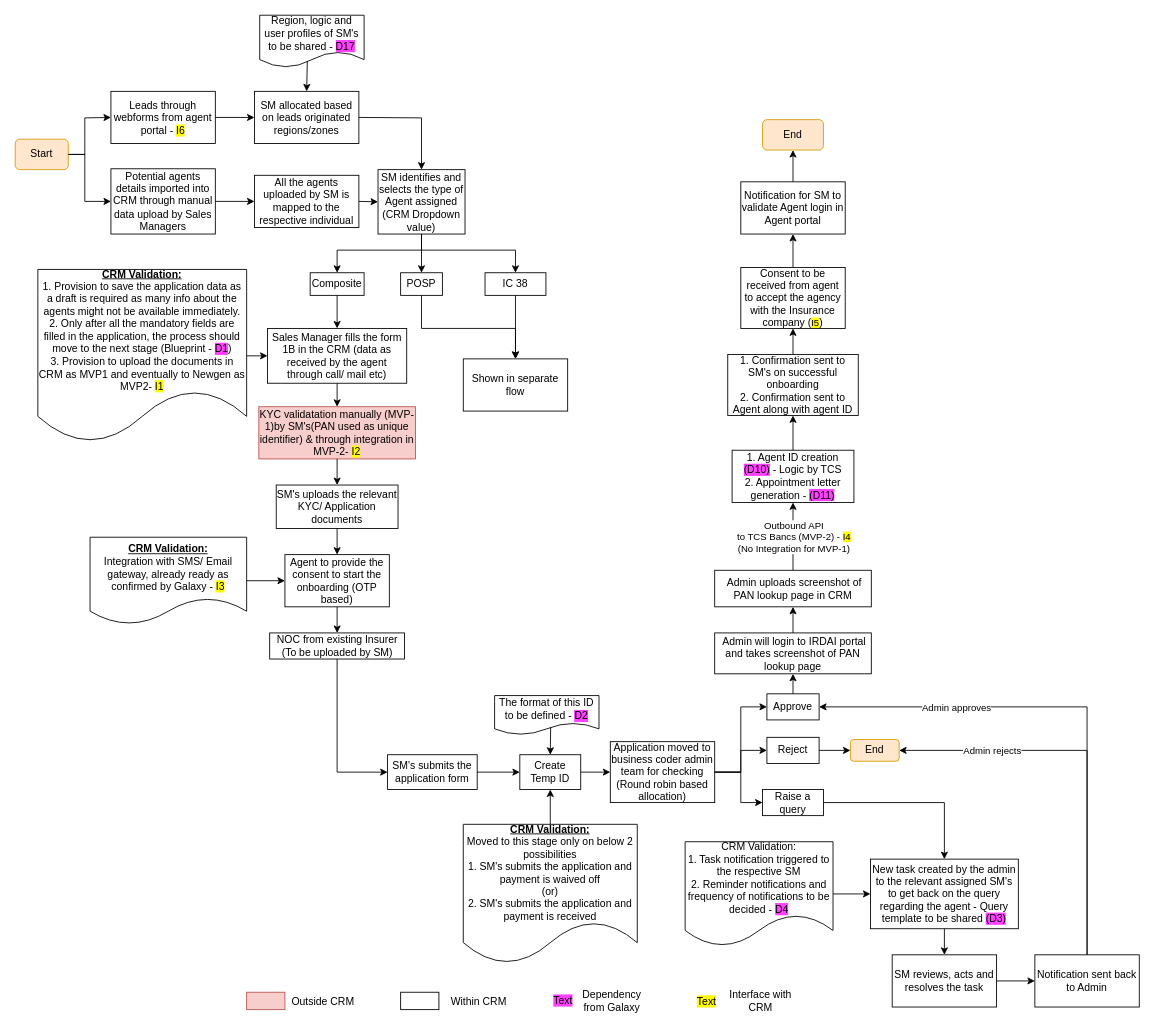
Earlier version of the draw.io diagram Agent Onboarding POSP.drawio (shaileshsreedar/Galaxy). Source tidied: cells renumbered, new cells numbered last; positions are measured from the earlier drawing's top-left corner, leaving out a move shared by most shapes. Both pictures are drawn from the tidied source at 87%, with x=0, y=0 at pixel (15, 15).
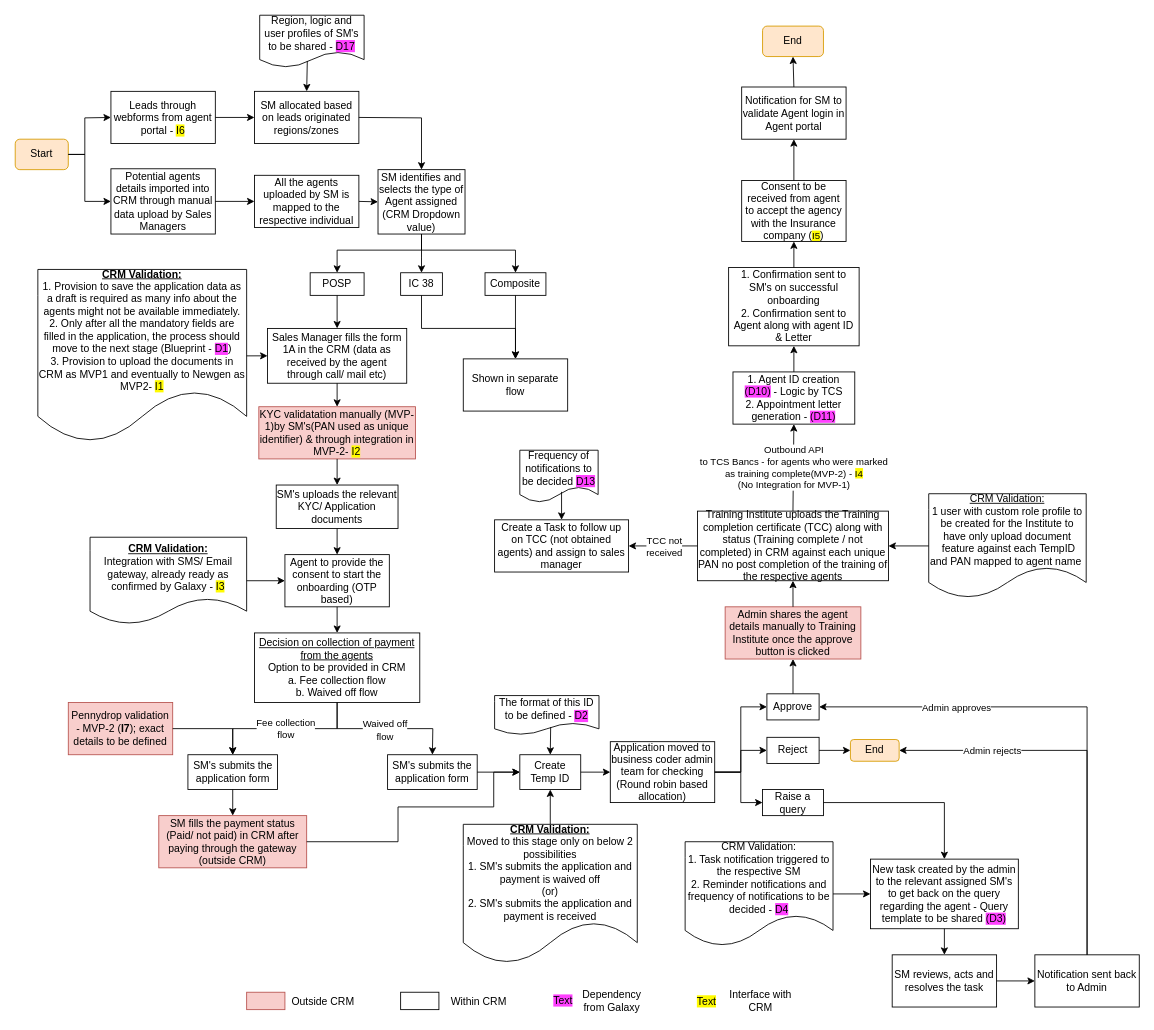
The same diagram, later.

The change refers to these unchanged cells:
```xml
<mxCell id="31" value="SM's submits the application form" style="rounded=0;whiteSpace=wrap;html=1;" parent="1" vertex="1">
  <mxGeometry x="428" y="850" width="103" height="40" as="geometry" />
</mxCell>
<mxCell id="36" value="Approve" style="rounded=0;whiteSpace=wrap;html=1;" parent="1" vertex="1">
  <mxGeometry x="864" y="780" width="60" height="30" as="geometry" />
</mxCell>
<mxCell id="44" value="Create Temp ID" style="rounded=0;whiteSpace=wrap;html=1;" parent="1" vertex="1">
  <mxGeometry x="580" y="850" width="70" height="40" as="geometry" />
</mxCell>
```

Change to the diagram source:
```diff
@@
-    <mxCell id="4" value="Sales Manager fills the form 1B in the CRM (data as received by the agent through call/ mail etc)" style="rounded=0;whiteSpace=wrap;html=1;" parent="1" vertex="1">
+    <mxCell id="4" value="Sales Manager fills the form 1A in the CRM (data as received by the agent through call/ mail etc)" style="rounded=0;whiteSpace=wrap;html=1;" parent="1" vertex="1">
       <mxGeometry x="290" y="360" width="160" height="63" as="geometry" />
     </mxCell>
@@
-    <mxCell id="7" value="Composite" style="rounded=0;whiteSpace=wrap;html=1;" parent="1" vertex="1">
+    <mxCell id="7" value="POSP" style="rounded=0;whiteSpace=wrap;html=1;" parent="1" vertex="1">
       <mxGeometry x="339" y="296" width="62" height="26" as="geometry" />
     </mxCell>
-    <mxCell id="8" value="POSP" style="rounded=0;whiteSpace=wrap;html=1;" parent="1" vertex="1">
+    <mxCell id="8" value="IC 38" style="rounded=0;whiteSpace=wrap;html=1;" parent="1" vertex="1">
       <mxGeometry x="443" y="296" width="48" height="26" as="geometry" />
     </mxCell>
-    <mxCell id="9" value="IC 38" style="rounded=0;whiteSpace=wrap;html=1;" parent="1" vertex="1">
+    <mxCell id="9" value="Composite" style="rounded=0;whiteSpace=wrap;html=1;" parent="1" vertex="1">
       <mxGeometry x="540" y="296" width="70" height="26" as="geometry" />
     </mxCell>
@@
     <mxCell id="14" value="End" style="rounded=1;whiteSpace=wrap;html=1;fillColor=#ffe6cc;strokeColor=#d79b00;" parent="1" vertex="1">
-      <mxGeometry x="859" y="120" width="70" height="35" as="geometry" />
+      <mxGeometry x="859" y="12.5" width="70" height="35" as="geometry" />
     </mxCell>
@@
-    <mxCell id="29" value="NOC from existing Insurer (To be uploaded by SM)" style="rounded=0;whiteSpace=wrap;html=1;" parent="1" vertex="1">
-      <mxGeometry x="292.5" y="710" width="155" height="30" as="geometry" />
+    <mxCell id="29" value="&lt;u&gt;Decision on collection of payment from the agents&lt;/u&gt;&lt;div&gt;Option to be provided in CRM&lt;/div&gt;&lt;div&gt;a. Fee collection flow&lt;/div&gt;&lt;div&gt;b. Waived off flow&lt;/div&gt;" style="rounded=0;whiteSpace=wrap;html=1;" parent="1" vertex="1">
+      <mxGeometry x="275" y="710" width="190" height="80" as="geometry" />
     </mxCell>
@@
+    <mxCell id="92" style="endArrow=classic;html=1;rounded=0;entryX=0.5;entryY=0;entryDx=0;entryDy=0;exitX=0.5;exitY=1;exitDx=0;exitDy=0;" parent="1" edge="1" source="29" target="96">
+      <mxGeometry relative="1" as="geometry">
+        <Array as="points">
+          <mxPoint x="370" y="820" />
+          <mxPoint x="250" y="820" />
+        </Array>
+      </mxGeometry>
+    </mxCell>
+    <mxCell id="93" value="Fee collection&lt;div&gt;flow&lt;/div&gt;" style="edgeLabel;html=1;align=center;verticalAlign=middle;" parent="92" vertex="1">
+      <mxGeometry x="0.24" y="-1" relative="1" as="geometry">
+        <mxPoint x="22" as="offset" />
+      </mxGeometry>
+    </mxCell>
+    <mxCell id="94" value="SM fills the payment status (Paid/ not paid) in CRM after paying through the gateway (outside CRM)" style="rounded=0;whiteSpace=wrap;html=1;fillColor=#f8cecc;strokeColor=#b85450;" parent="1" vertex="1">
+      <mxGeometry x="165" y="920" width="170" height="60" as="geometry" />
+    </mxCell>
@@
+    <mxCell id="89" style="endArrow=classic;html=1;rounded=0;exitX=0.5;exitY=1;exitDx=0;exitDy=0;entryX=0.5;entryY=0;entryDx=0;entryDy=0;" parent="1" edge="1" source="29" target="31">
+      <mxGeometry relative="1" as="geometry">
+        <Array as="points">
+          <mxPoint x="370" y="820" />
+          <mxPoint x="480" y="820" />
+        </Array>
+      </mxGeometry>
+    </mxCell>
+    <mxCell id="95" value="Waived off&lt;div&gt;flow&lt;/div&gt;" style="edgeLabel;html=1;align=center;verticalAlign=middle;" parent="89" vertex="1">
+      <mxGeometry x="-0.01" y="-1" relative="1" as="geometry" />
+    </mxCell>
+    <mxCell id="96" value="SM's submits the application form" style="rounded=0;whiteSpace=wrap;html=1;" parent="1" vertex="1">
+      <mxGeometry x="198.5" y="850" width="103" height="40" as="geometry" />
+    </mxCell>
+    <mxCell id="97" style="endArrow=classic;html=1;rounded=0;exitX=0.5;exitY=1;exitDx=0;exitDy=0;entryX=0.5;entryY=0;entryDx=0;entryDy=0;" parent="1" edge="1" source="96" target="94">
+      <mxGeometry relative="1" as="geometry" />
+    </mxCell>
@@
+    <mxCell id="98" style="endArrow=classic;html=1;rounded=0;exitX=1;exitY=0.5;exitDx=0;exitDy=0;entryX=0;entryY=0.5;entryDx=0;entryDy=0;" parent="1" edge="1" source="94" target="44">
+      <mxGeometry relative="1" as="geometry">
+        <Array as="points">
+          <mxPoint x="440" y="950" />
+          <mxPoint x="440" y="910" />
+          <mxPoint x="550" y="910" />
+          <mxPoint x="550" y="870" />
+        </Array>
+      </mxGeometry>
+    </mxCell>
@@
+    <mxCell id="99" value="Admin shares the agent details manually to Training Institute once the approve button is clicked" style="rounded=0;whiteSpace=wrap;html=1;fillColor=#f8cecc;strokeColor=#b85450;" parent="1" vertex="1">
+      <mxGeometry x="816" y="680" width="156" height="60" as="geometry" />
+    </mxCell>
-    <mxCell id="60" style="endArrow=classic;html=1;rounded=0;entryX=0.5;entryY=1;entryDx=0;entryDy=0;exitX=0.5;exitY=0;exitDx=0;exitDy=0;" parent="1" edge="1" source="36" target="61">
+    <mxCell id="60" style="endArrow=classic;html=1;rounded=0;entryX=0.5;entryY=1;entryDx=0;entryDy=0;exitX=0.5;exitY=0;exitDx=0;exitDy=0;" parent="1" edge="1" source="36" target="99">
       <mxGeometry relative="1" as="geometry" />
     </mxCell>
-    <mxCell id="61" value="&amp;nbsp;Admin will login to IRDAI portal and takes screenshot of PAN lookup page" style="rounded=0;whiteSpace=wrap;html=1;" parent="1" vertex="1">
-      <mxGeometry x="804" y="710" width="180" height="47" as="geometry" />
-    </mxCell>
+    <mxCell id="100" value="Training Institute uploads the Training completion certificate (TCC) along with status (Training complete / not completed) in CRM against each unique PAN no post completion of the training of the respective agents" style="rounded=0;whiteSpace=wrap;html=1;" parent="1" vertex="1">
+      <mxGeometry x="784.2" y="570" width="219.5" height="80" as="geometry" />
+    </mxCell>
+    <mxCell id="101" style="endArrow=classic;html=1;rounded=0;exitX=0.5;exitY=0;exitDx=0;exitDy=0;entryX=0.5;entryY=1;entryDx=0;entryDy=0;" parent="1" edge="1" source="99" target="100">
+      <mxGeometry relative="1" as="geometry" />
+    </mxCell>
+    <mxCell id="102" value="&lt;u&gt;CRM Validation:&lt;/u&gt;&lt;div&gt;1 user with custom role profile to be created for the Institute to have only upload document &amp;nbsp;feature against each TempID and PAN mapped to agent name&amp;nbsp;&lt;/div&gt;" style="shape=document;whiteSpace=wrap;html=1;boundedLbl=1;" parent="1" vertex="1">
+      <mxGeometry x="1050" y="550" width="181" height="120" as="geometry" />
+    </mxCell>
+    <mxCell id="103" style="endArrow=classic;html=1;rounded=0;exitX=0;exitY=0.5;exitDx=0;exitDy=0;entryX=1;entryY=0.5;entryDx=0;entryDy=0;" parent="1" edge="1" source="102" target="100">
+      <mxGeometry relative="1" as="geometry" />
+    </mxCell>
     <mxCell id="62" value="1. Agent ID creation &lt;span style=&quot;background-color: rgb(255, 64, 255);&quot;&gt;(D10)&lt;/span&gt; - Logic by TCS&lt;div&gt;2. Appointment letter generation - &lt;span style=&quot;background-color: rgb(255, 64, 255);&quot;&gt;(D11)&lt;/span&gt;&lt;/div&gt;" style="rounded=0;whiteSpace=wrap;html=1;" parent="1" vertex="1">
-      <mxGeometry x="824" y="500" width="140" height="60" as="geometry" />
+      <mxGeometry x="825" y="410" width="140" height="60" as="geometry" />
     </mxCell>
-    <mxCell id="63" style="endArrow=classic;html=1;rounded=0;entryX=0.5;entryY=1;entryDx=0;entryDy=0;exitX=0.5;exitY=0;exitDx=0;exitDy=0;" parent="1" edge="1" source="90" target="62">
+    <mxCell id="63" style="endArrow=classic;html=1;rounded=0;entryX=0.5;entryY=1;entryDx=0;entryDy=0;exitX=0.5;exitY=0;exitDx=0;exitDy=0;" parent="1" edge="1" source="100" target="62">
       <mxGeometry relative="1" as="geometry" />
     </mxCell>
-    <mxCell id="64" value="Outbound API&lt;div&gt;to TCS Bancs (MVP-2) - &lt;span style=&quot;background-color: rgb(255, 251, 0);&quot;&gt;I4&lt;/span&gt;&lt;/div&gt;&lt;div&gt;&lt;span style=&quot;background-color: rgb(255, 255, 255);&quot;&gt;(No Integration for MVP-1)&lt;/span&gt;&lt;/div&gt;" style="edgeLabel;html=1;align=center;verticalAlign=middle;" parent="63" vertex="1">
+    <mxCell id="64" value="Outbound API&lt;div&gt;to TCS Bancs - for agents who were marked&lt;/div&gt;&lt;div&gt;as training complete(MVP-2) - &lt;span style=&quot;background-color: rgb(255, 251, 0);&quot;&gt;I4&lt;/span&gt;&lt;/div&gt;&lt;div&gt;&lt;span style=&quot;background-color: rgb(255, 255, 255);&quot;&gt;(No Integration for MVP-1)&lt;/span&gt;&lt;/div&gt;" style="edgeLabel;html=1;align=center;verticalAlign=middle;" parent="63" vertex="1">
       <mxGeometry x="0.01" relative="1" as="geometry" />
     </mxCell>
-    <mxCell id="65" value="1. Confirmation sent to SM's on successful onboarding&lt;div&gt;2. Confirmation sent to Agent along with agent ID&lt;/div&gt;" style="rounded=0;whiteSpace=wrap;html=1;" parent="1" vertex="1">
-      <mxGeometry x="819" y="390" width="150" height="70" as="geometry" />
+    <mxCell id="65" value="1. Confirmation sent to SM's on successful onboarding&lt;div&gt;2. Confirmation sent to Agent along with agent ID &amp;amp; Letter&lt;/div&gt;" style="rounded=0;whiteSpace=wrap;html=1;" parent="1" vertex="1">
+      <mxGeometry x="820" y="290" width="150" height="90" as="geometry" />
     </mxCell>
     <mxCell id="66" value="Notification for SM to validate Agent login in Agent portal" style="rounded=0;whiteSpace=wrap;html=1;" parent="1" vertex="1">
-      <mxGeometry x="834" y="191.5" width="120" height="60" as="geometry" />
+      <mxGeometry x="835" y="82.5" width="120" height="60" as="geometry" />
     </mxCell>
@@
     <mxCell id="72" value="Consent to be received from agent to accept the agency with the Insurance company (&lt;span style=&quot;font-size: 11px; text-wrap: nowrap; background-color: rgb(255, 251, 0);&quot;&gt;I5&lt;/span&gt;)" style="rounded=0;whiteSpace=wrap;html=1;" parent="1" vertex="1">
-      <mxGeometry x="834" y="290" width="120" height="70" as="geometry" />
+      <mxGeometry x="835" y="190" width="120" height="70" as="geometry" />
     </mxCell>
@@
+    <mxCell id="104" value="Pennydrop validation - MVP-2 (&lt;b&gt;I7&lt;/b&gt;); exact details to be defined" style="rounded=0;whiteSpace=wrap;html=1;fillColor=#f8cecc;strokeColor=#b85450;" parent="1" vertex="1">
+      <mxGeometry x="61" y="790" width="120" height="60" as="geometry" />
+    </mxCell>
+    <mxCell id="105" value="Create a Task to follow up on TCC (not obtained agents) and assign to sales manager" style="rounded=0;whiteSpace=wrap;html=1;" parent="1" vertex="1">
+      <mxGeometry x="551" y="580" width="154" height="60" as="geometry" />
+    </mxCell>
+    <mxCell id="106" style="endArrow=classic;html=1;rounded=0;exitX=0;exitY=0.5;exitDx=0;exitDy=0;" parent="1" edge="1" source="100" target="105">
+      <mxGeometry relative="1" as="geometry" />
+    </mxCell>
+    <mxCell id="107" value="TCC not&lt;div&gt;received&lt;/div&gt;" style="edgeLabel;html=1;align=center;verticalAlign=middle;" parent="106" vertex="1">
+      <mxGeometry x="-0.13" relative="1" as="geometry">
+        <mxPoint x="-5" as="offset" />
+      </mxGeometry>
+    </mxCell>
+    <mxCell id="108" value="Frequency of notifications to be decided &lt;span style=&quot;background-color: rgb(255, 64, 255);&quot;&gt;D13&lt;/span&gt;" style="shape=document;whiteSpace=wrap;html=1;boundedLbl=1;" parent="1" vertex="1">
+      <mxGeometry x="580" y="500" width="90" height="60" as="geometry" />
+    </mxCell>
+    <mxCell id="109" style="endArrow=classic;html=1;rounded=0;entryX=0.5;entryY=0;entryDx=0;entryDy=0;exitX=0.533;exitY=0.797;exitDx=0;exitDy=0;exitPerimeter=0;" parent="1" edge="1" source="108" target="105">
+      <mxGeometry relative="1" as="geometry" />
+    </mxCell>
@@
+    <mxCell id="110" style="endArrow=classic;html=1;rounded=0;entryX=0.5;entryY=0;entryDx=0;entryDy=0;exitX=1;exitY=0.5;exitDx=0;exitDy=0;" parent="1" edge="1" source="104" target="96">
+      <mxGeometry relative="1" as="geometry">
+        <Array as="points">
+          <mxPoint x="250" y="820" />
+        </Array>
+      </mxGeometry>
+    </mxCell>
@@
-    <mxCell id="89" style="endArrow=classic;html=1;rounded=0;exitX=0.5;exitY=1;exitDx=0;exitDy=0;entryX=0;entryY=0.5;entryDx=0;entryDy=0;" parent="1" edge="1" source="29" target="31">
-      <mxGeometry relative="1" as="geometry">
-        <Array as="points">
-          <mxPoint x="370" y="870" />
-        </Array>
-      </mxGeometry>
-    </mxCell>
-    <mxCell id="90" value="&amp;nbsp;Admin uploads screenshot of PAN lookup page in CRM" style="rounded=0;whiteSpace=wrap;html=1;" parent="1" vertex="1">
-      <mxGeometry x="804" y="638" width="180" height="42" as="geometry" />
-    </mxCell>
-    <mxCell id="91" style="endArrow=classic;html=1;rounded=0;exitX=0.5;exitY=0;exitDx=0;exitDy=0;entryX=0.5;entryY=1;entryDx=0;entryDy=0;" parent="1" edge="1" source="61" target="90">
-      <mxGeometry relative="1" as="geometry" />
-    </mxCell>
```
